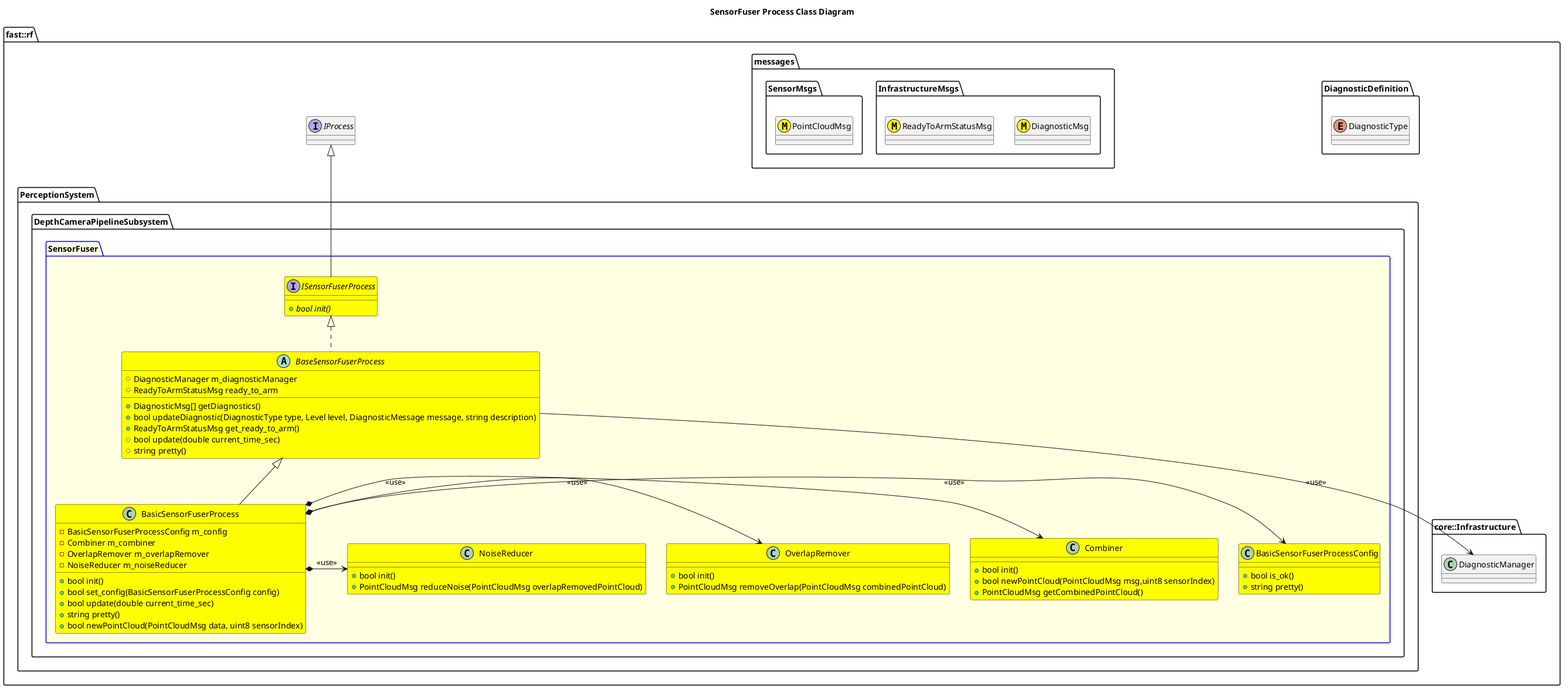
The PlantUML diagram Systems/Perception/Subsystems/DepthCameraPipeline/Processes/SensorFuser/doc/puml/SensorFuserProcessClassDiagram.png in fastrobotics/robot_framework, before a commit.
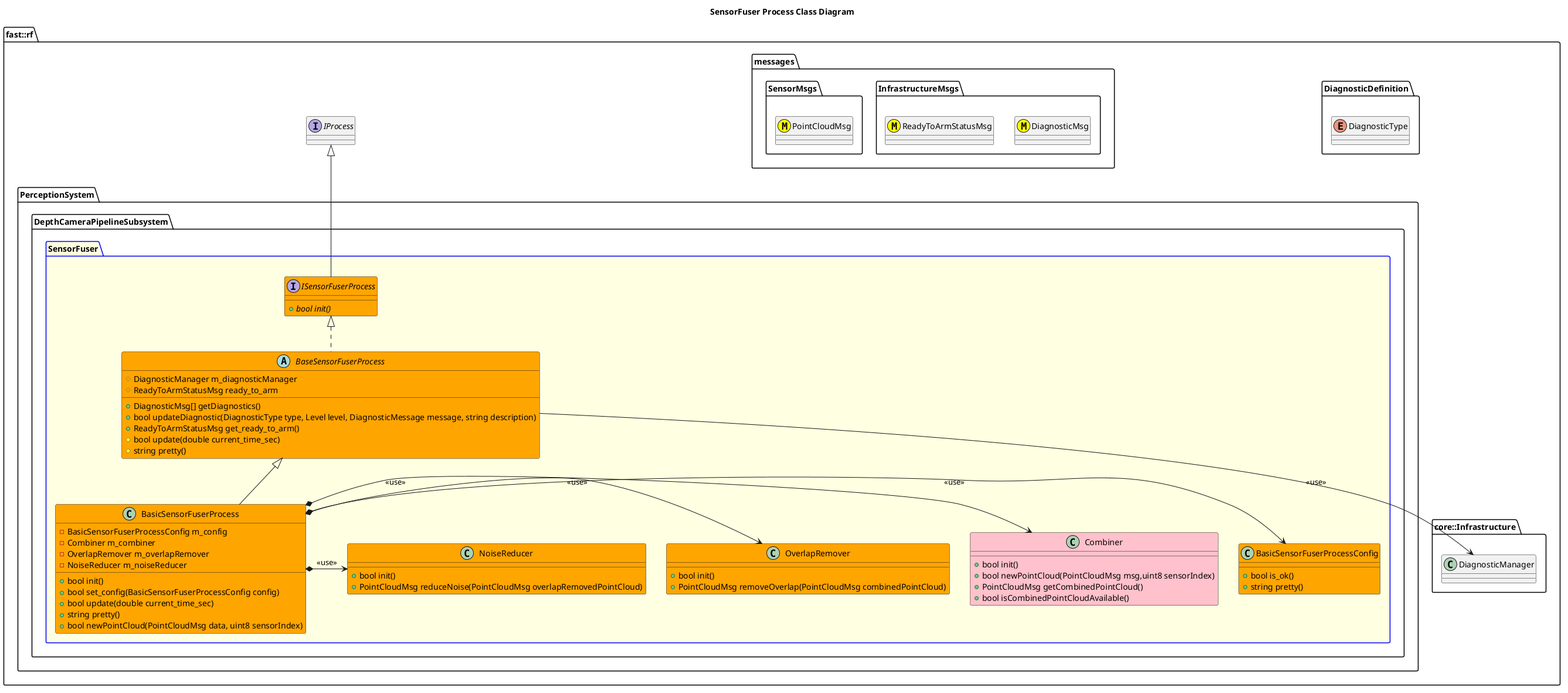
The same diagram one commit later.

Diff of the diagram source:
```diff
@@ -21,24 +21,25 @@
     namespace PerceptionSystem {
         namespace DepthCameraPipelineSubsystem {
             package SensorFuser #LightYellow;line:blue {
-                class Combiner #Yellow {
+                class Combiner #Pink {
                     +bool init()
                     +bool newPointCloud(PointCloudMsg msg,uint8 sensorIndex)
                     +PointCloudMsg getCombinedPointCloud()
+                    +bool isCombinedPointCloudAvailable()
                 }
-                class OverlapRemover #Yellow {
+                class OverlapRemover #Orange {
                     +bool init()
                     +PointCloudMsg removeOverlap(PointCloudMsg combinedPointCloud)
                 }
-                class NoiseReducer #Yellow {
+                class NoiseReducer #Orange {
                     +bool init()
                     +PointCloudMsg reduceNoise(PointCloudMsg overlapRemovedPointCloud)
                 }
-                interface ISensorFuserProcess #Yellow  {
+                interface ISensorFuserProcess #Orange  {
                     +{abstract} bool init()
                 }
                 ISensorFuserProcess -up-|> IProcess
-                abstract BaseSensorFuserProcess #Yellow {
+                abstract BaseSensorFuserProcess #Orange {
                     +DiagnosticMsg[] getDiagnostics()
                     +bool updateDiagnostic(DiagnosticType type, Level level, DiagnosticMessage message, string description)
                     +ReadyToArmStatusMsg get_ready_to_arm()
@@ -50,11 +51,11 @@
                 }
                 BaseSensorFuserProcess .up.|> ISensorFuserProcess
                 BaseSensorFuserProcess --> DiagnosticManager: <<use>>
-                class BasicSensorFuserProcessConfig #Yellow {
+                class BasicSensorFuserProcessConfig #Orange {
                     +bool is_ok()
                     +string pretty()
                 }
-                class BasicSensorFuserProcess #Yellow {
+                class BasicSensorFuserProcess #Orange {
                     +bool init()
                     +bool set_config(BasicSensorFuserProcessConfig config)
                     +bool update(double current_time_sec)
```
